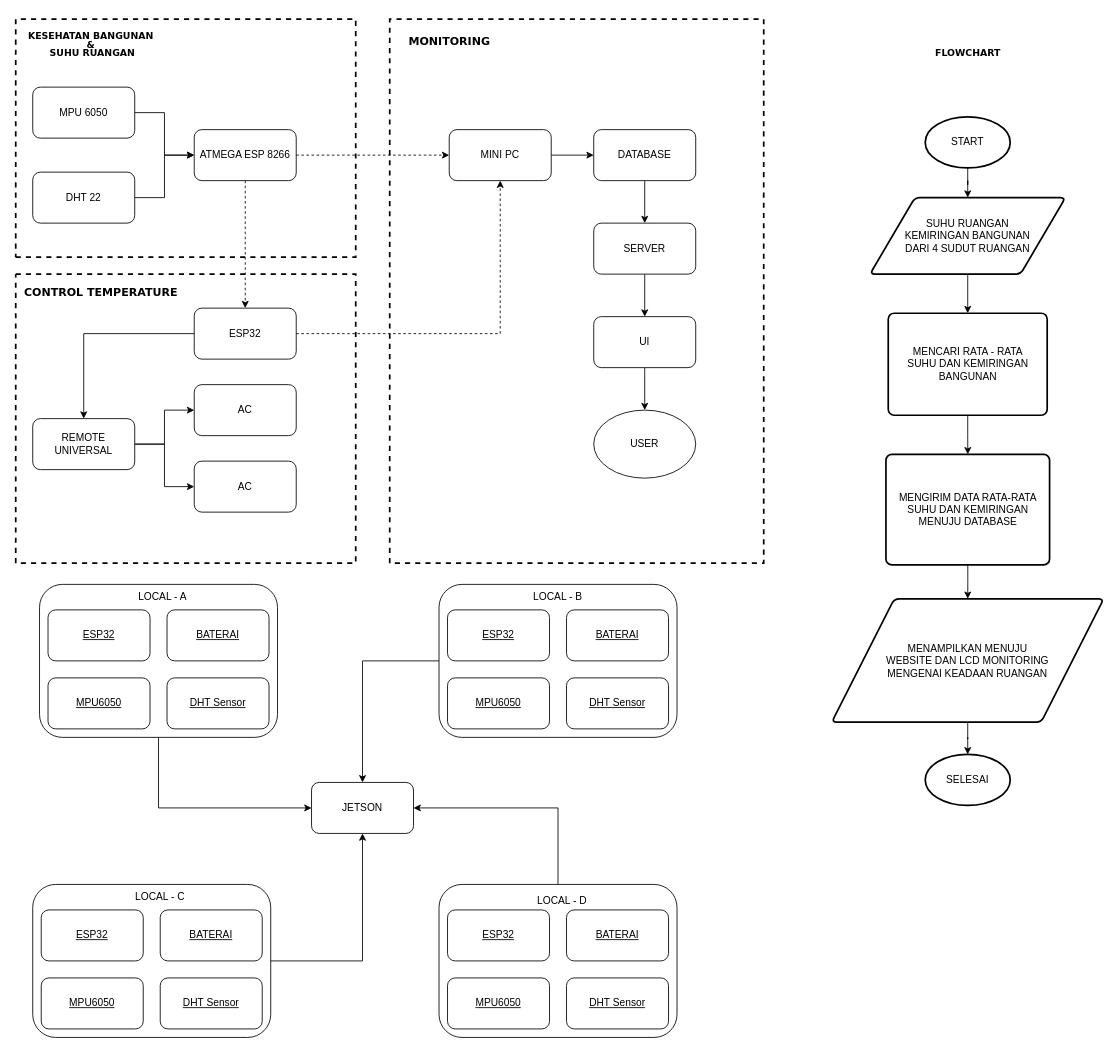
Above: doc/roadmap/structural-health.drawio in robotjaol/shms_v1 (draw.io), before the change. Source tidied: cells renumbered, new cells numbered last; positions are measured from the earlier drawing's top-left corner, leaving out a move shared by most shapes. Both pictures are drawn from the tidied source at 85%, with x=0, y=0 at pixel (15, 14).
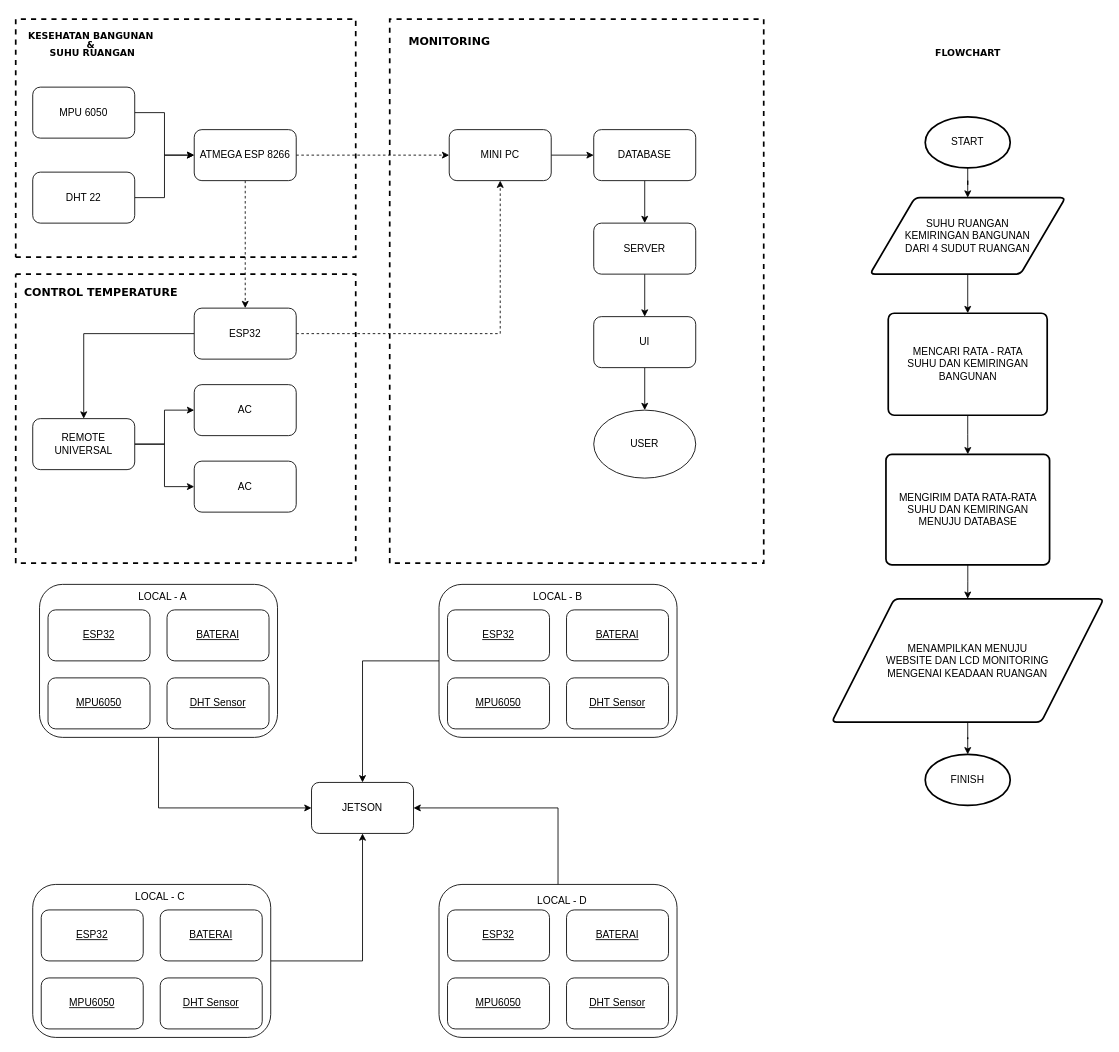
The same page after the edit.

The edit, as a diff of the source:
```diff
@@
-    <mxCell id="72" value="SELESAI" style="strokeWidth=2;html=1;shape=mxgraph.flowchart.start_1;whiteSpace=wrap;" parent="1" vertex="1">
+    <mxCell id="72" value="FINISH" style="strokeWidth=2;html=1;shape=mxgraph.flowchart.start_1;whiteSpace=wrap;" parent="1" vertex="1">
       <mxGeometry x="1070" y="870" width="100" height="60" as="geometry" />
     </mxCell>
```
